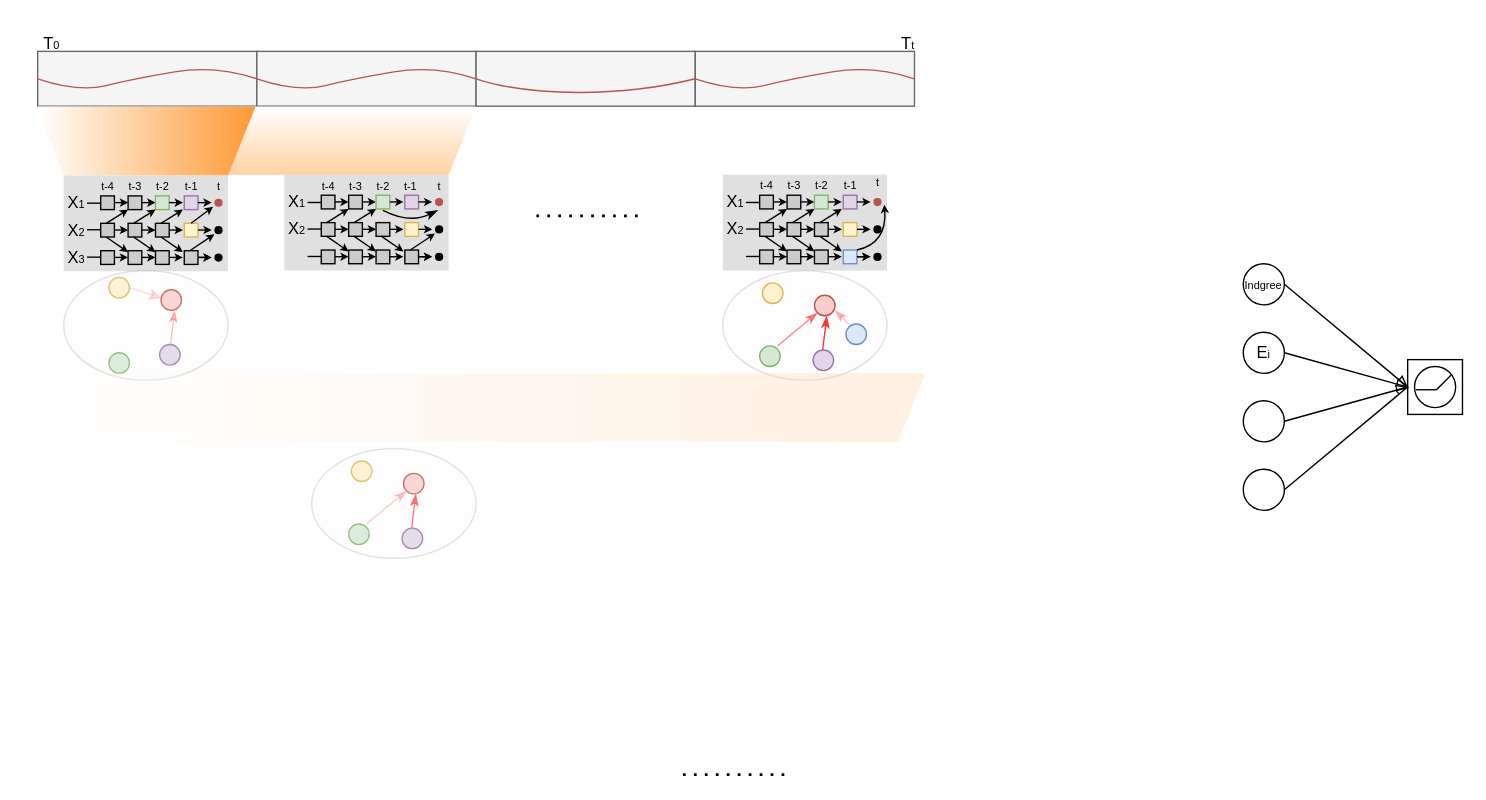
Earlier version of the draw.io diagram Causal.drawio (hzb29/hzb29). Source tidied: cells renumbered, new cells numbered last; positions are measured from the earlier drawing's top-left corner, leaving out a move shared by most shapes. Both pictures are drawn from the tidied source at 137%, with x=0, y=0 at pixel (23, 23).
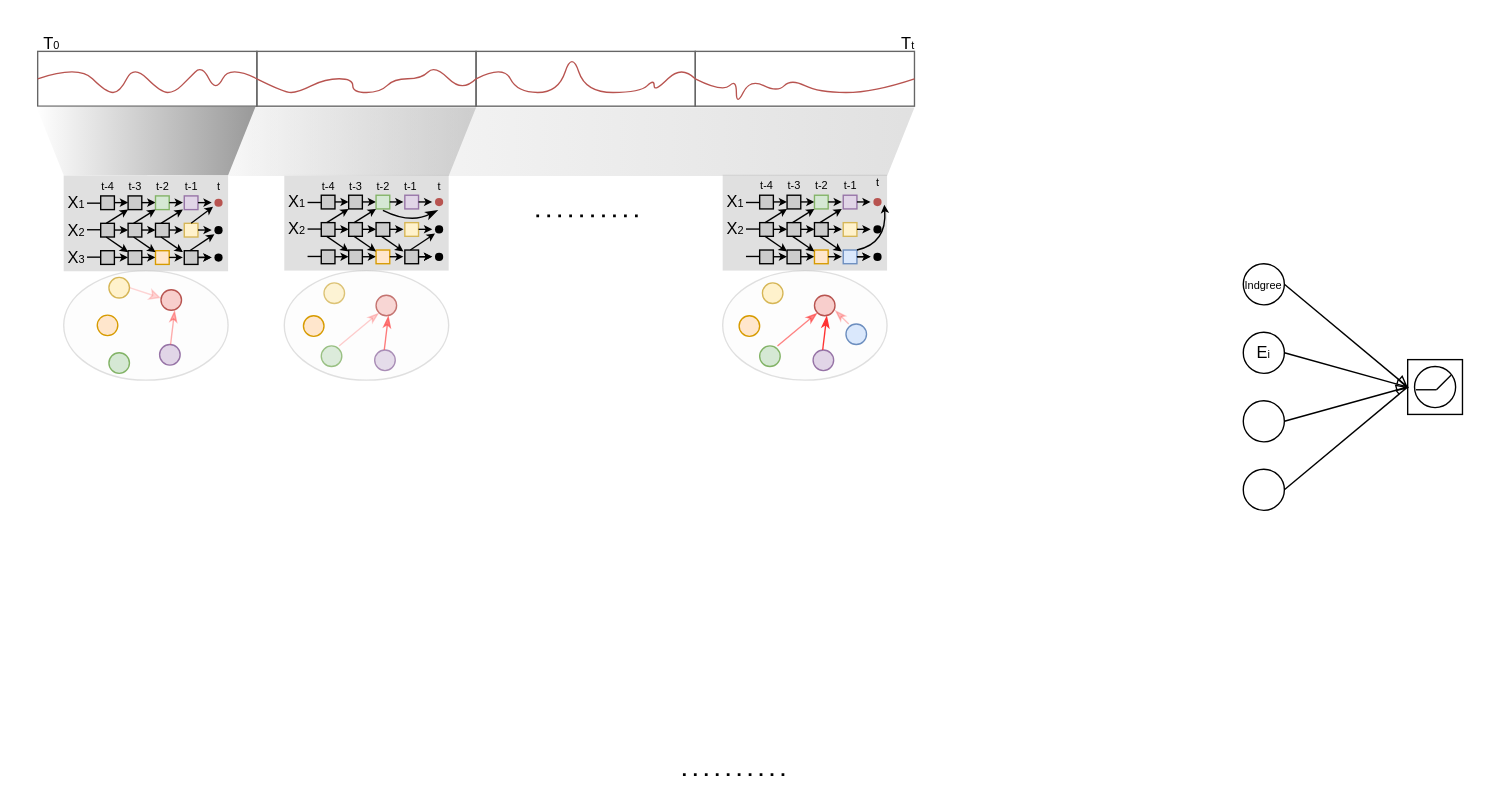
The same diagram, later.

Unchanged cells that the change refers to:
```xml
<mxCell id="182" style="group;" parent="1" vertex="1">
  <mxGeometry x="510" y="180" width="120" height="80" as="geometry" />
</mxCell>
```

The edit, as a diff of the source:
```diff
@@
+    <mxCell id="173" style="ellipse;whiteSpace=wrap;html=1;fillColor=#f5f5f5;fontColor=#333333;strokeColor=#666666;opacity=20;" parent="1" vertex="1">
+      <mxGeometry x="29" y="180" width="120" height="80" as="geometry" />
+    </mxCell>
-    <mxCell id="2" style="rounded=0;whiteSpace=wrap;html=1;fillColor=#f5f5f5;fontColor=#333333;strokeColor=#666666;" parent="1" vertex="1">
+    <mxCell id="2" style="rounded=0;whiteSpace=wrap;html=1;fillColor=none;fontColor=#333333;strokeColor=#666666;" parent="1" vertex="1">
       <mxGeometry x="10" y="20" width="160" height="40" as="geometry" />
     </mxCell>
-    <mxCell id="3" style="rounded=0;whiteSpace=wrap;html=1;fillColor=#f5f5f5;fontColor=#333333;strokeColor=#666666;" parent="1" vertex="1">
+    <mxCell id="3" style="rounded=0;whiteSpace=wrap;html=1;fillColor=none;fontColor=#333333;strokeColor=#666666;" parent="1" vertex="1">
       <mxGeometry x="170" y="20" width="160" height="40" as="geometry" />
     </mxCell>
-    <mxCell id="4" style="rounded=0;whiteSpace=wrap;html=1;fillColor=#f5f5f5;fontColor=#333333;strokeColor=#666666;" parent="1" vertex="1">
+    <mxCell id="4" style="rounded=0;whiteSpace=wrap;html=1;fillColor=none;fontColor=#333333;strokeColor=#666666;" parent="1" vertex="1">
       <mxGeometry x="330" y="20" width="160" height="40" as="geometry" />
     </mxCell>
-    <mxCell id="5" style="rounded=0;whiteSpace=wrap;html=1;fillColor=#f5f5f5;fontColor=#333333;strokeColor=#666666;" parent="1" vertex="1">
+    <mxCell id="5" style="rounded=0;whiteSpace=wrap;html=1;fillColor=none;fontColor=#333333;strokeColor=#666666;" parent="1" vertex="1">
       <mxGeometry x="490" y="20" width="160" height="40" as="geometry" />
     </mxCell>
     <mxCell id="6" style="curved=1;endArrow=none;html=1;rounded=0;startFill=0;entryX=0;entryY=0.5;entryDx=0;entryDy=0;fillColor=#f8cecc;strokeColor=#b85450;" parent="1" edge="1" target="3">
       <mxGeometry relative="1" as="geometry">
         <mxPoint x="10" y="40" as="sourcePoint" />
         <Array as="points">
-          <mxPoint x="40" y="50" />
-          <mxPoint x="80" y="40" />
-          <mxPoint x="140" y="30" />
+          <mxPoint x="40" y="30" />
+          <mxPoint x="60" y="50" />
+          <mxPoint x="70" y="50" />
+          <mxPoint x="80" y="30" />
+          <mxPoint x="100" y="50" />
+          <mxPoint x="110" y="50" />
+          <mxPoint x="120" y="40" />
+          <mxPoint x="130" y="30" />
+          <mxPoint x="140" y="50" />
+          <mxPoint x="150" y="30" />
         </Array>
       </mxGeometry>
     </mxCell>
     <mxCell id="7" style="curved=1;endArrow=none;html=1;rounded=0;startFill=0;entryX=0;entryY=0.5;entryDx=0;entryDy=0;fillColor=#f8cecc;strokeColor=#b85450;" parent="1" edge="1">
       <mxGeometry relative="1" as="geometry">
         <mxPoint x="170" y="40" as="sourcePoint" />
         <mxPoint x="330" y="40" as="targetPoint" />
         <Array as="points">
+          <mxPoint x="190" y="50" />
           <mxPoint x="200" y="50" />
+          <mxPoint x="220" y="40" />
           <mxPoint x="240" y="40" />
+          <mxPoint x="240" y="50" />
+          <mxPoint x="260" y="50" />
+          <mxPoint x="270" y="40" />
+          <mxPoint x="290" y="40" />
           <mxPoint x="300" y="30" />
+          <mxPoint x="320" y="50" />
         </Array>
       </mxGeometry>
     </mxCell>
     <mxCell id="8" style="curved=1;endArrow=none;html=1;rounded=0;startFill=0;entryX=0;entryY=0.5;entryDx=0;entryDy=0;fillColor=#f8cecc;strokeColor=#b85450;" parent="1" edge="1">
       <mxGeometry relative="1" as="geometry">
         <mxPoint x="330" y="40" as="sourcePoint" />
         <mxPoint x="490" y="40" as="targetPoint" />
         <Array as="points">
+          <mxPoint x="350" y="30" />
           <mxPoint x="360" y="50" />
+          <mxPoint x="390" y="50" />
+          <mxPoint x="400" y="20" />
+          <mxPoint x="410" y="50" />
           <mxPoint x="450" y="50" />
+          <mxPoint x="460" y="40" />
+          <mxPoint x="460" y="50" />
+          <mxPoint x="480" y="30" />
         </Array>
       </mxGeometry>
     </mxCell>
     <mxCell id="9" style="curved=1;endArrow=none;html=1;rounded=0;startFill=0;entryX=0;entryY=0.5;entryDx=0;entryDy=0;fillColor=#f8cecc;strokeColor=#b85450;" parent="1" edge="1">
       <mxGeometry relative="1" as="geometry">
         <mxPoint x="490" y="40" as="sourcePoint" />
         <mxPoint x="650" y="40" as="targetPoint" />
         <Array as="points">
-          <mxPoint x="520" y="50" />
+          <mxPoint x="510" y="50" />
+          <mxPoint x="520" y="40" />
+          <mxPoint x="520" y="60" />
+          <mxPoint x="530" y="40" />
+          <mxPoint x="550" y="50" />
           <mxPoint x="560" y="40" />
-          <mxPoint x="620" y="30" />
+          <mxPoint x="580" y="50" />
+          <mxPoint x="620" y="50" />
         </Array>
       </mxGeometry>
     </mxCell>
@@
-    <mxCell id="37" style="rounded=0;whiteSpace=wrap;html=1;fillColor=#CCCCCC;" parent="1" vertex="1">
+    <mxCell id="37" style="rounded=0;whiteSpace=wrap;html=1;fillColor=#ffe6cc;strokeColor=#d79b00;" parent="1" vertex="1">
       <mxGeometry x="96" y="165.5" width="10" height="10" as="geometry" />
     </mxCell>
@@
-    <mxCell id="96" style="rounded=0;whiteSpace=wrap;html=1;fillColor=#CCCCCC;" parent="1" vertex="1">
+    <mxCell id="96" style="rounded=0;whiteSpace=wrap;html=1;fillColor=#ffe6cc;strokeColor=#d79b00;" parent="1" vertex="1">
       <mxGeometry x="257" y="165" width="10" height="10" as="geometry" />
     </mxCell>
@@
-    <mxCell id="141" style="rounded=0;whiteSpace=wrap;html=1;fillColor=#CCCCCC;" parent="1" vertex="1">
+    <mxCell id="141" style="rounded=0;whiteSpace=wrap;html=1;fillColor=#ffe6cc;strokeColor=#d79b00;" parent="1" vertex="1">
       <mxGeometry x="577" y="165" width="10" height="10" as="geometry" />
     </mxCell>
@@
-    <mxCell id="166" style="group;" parent="1" vertex="1">
-      <mxGeometry x="29" y="180" width="120" height="80" as="geometry" />
-    </mxCell>
-    <mxCell id="167" style="ellipse;whiteSpace=wrap;html=1;fillColor=#fff2cc;strokeColor=#d6b656;" parent="166" vertex="1">
-      <mxGeometry x="33" y="5" width="15" height="15" as="geometry" />
-    </mxCell>
-    <mxCell id="168" style="ellipse;whiteSpace=wrap;html=1;fillColor=#d5e8d4;strokeColor=#82b366;" parent="166" vertex="1">
-      <mxGeometry x="33" y="60" width="15" height="15" as="geometry" />
-    </mxCell>
-    <mxCell id="169" style="ellipse;whiteSpace=wrap;html=1;fillColor=#f8cecc;strokeColor=#b85450;" parent="166" vertex="1">
-      <mxGeometry x="71" y="14" width="15" height="15" as="geometry" />
-    </mxCell>
-    <mxCell id="170" style="ellipse;whiteSpace=wrap;html=1;fillColor=#e1d5e7;strokeColor=#9673a6;" parent="166" vertex="1">
-      <mxGeometry x="70" y="54" width="15" height="15" as="geometry" />
-    </mxCell>
-    <mxCell id="171" style="endArrow=classic;html=1;rounded=0;exitX=1;exitY=0.5;exitDx=0;exitDy=0;fillColor=#dae8fc;strokeColor=#FF3333;opacity=20;endFill=1;" parent="166" edge="1" source="167">
-      <mxGeometry relative="1" as="geometry">
-        <mxPoint x="71" y="20" as="targetPoint" />
-      </mxGeometry>
-    </mxCell>
-    <mxCell id="172" style="endArrow=classicThin;html=1;rounded=0;fillColor=#dae8fc;strokeColor=#FF3333;opacity=40;endFill=1;" parent="166" edge="1">
-      <mxGeometry relative="1" as="geometry">
-        <mxPoint x="78" y="54" as="sourcePoint" />
-        <mxPoint x="81" y="29" as="targetPoint" />
-      </mxGeometry>
-    </mxCell>
-    <mxCell id="173" style="ellipse;whiteSpace=wrap;html=1;fillColor=#f5f5f5;fontColor=#333333;strokeColor=#666666;opacity=20;" parent="166" vertex="1">
-      <mxGeometry width="120" height="80" as="geometry" />
-    </mxCell>
     <mxCell id="174" style="group;" parent="1" vertex="1">
-      <mxGeometry x="210" y="310" width="120" height="80" as="geometry" />
+      <mxGeometry x="190" y="180" width="120" height="80" as="geometry" />
     </mxCell>
@@
+    <mxCell id="195" style="ellipse;whiteSpace=wrap;html=1;fillColor=#ffe6cc;strokeColor=#d79b00;" parent="174" vertex="1">
+      <mxGeometry x="14" y="33" width="15" height="15" as="geometry" />
+    </mxCell>
@@
+    <mxCell id="196" style="ellipse;whiteSpace=wrap;html=1;fillColor=#ffe6cc;strokeColor=#d79b00;" parent="182" vertex="1">
+      <mxGeometry x="12" y="33" width="15" height="15" as="geometry" />
+    </mxCell>
-    <mxCell id="192" style="shape=trapezoid;perimeter=trapezoidPerimeter;whiteSpace=wrap;html=1;fixedSize=1;rotation=-180;size=20;gradientColor=#FFB366;strokeColor=none;gradientDirection=north;fixDash=0;comic=0;linecap=square;linejoin=arcs;rounded=0;opacity=60;" parent="1" vertex="1">
-      <mxGeometry x="10" y="60" width="320" height="50" as="geometry" />
+    <mxCell id="192" style="shape=trapezoid;perimeter=trapezoidPerimeter;whiteSpace=wrap;html=1;fixedSize=1;rotation=-180;size=20;gradientColor=#B3B3B3;strokeColor=none;gradientDirection=west;fixDash=0;comic=0;linecap=square;linejoin=arcs;rounded=0;opacity=80;" parent="1" vertex="1">
+      <mxGeometry x="130" y="61" width="200" height="50" as="geometry" />
     </mxCell>
-    <mxCell id="193" style="shape=trapezoid;perimeter=trapezoidPerimeter;whiteSpace=wrap;html=1;fixedSize=1;rotation=-180;size=20;gradientColor=#FFCC99;strokeColor=none;gradientDirection=west;fixDash=0;comic=0;linecap=square;linejoin=arcs;rounded=0;opacity=30;" parent="1" vertex="1">
-      <mxGeometry x="18" y="255" width="640" height="50" as="geometry" />
+    <mxCell id="193" style="shape=trapezoid;perimeter=trapezoidPerimeter;whiteSpace=wrap;html=1;fixedSize=1;rotation=-180;size=20;gradientColor=#B3B3B3;strokeColor=none;gradientDirection=west;fixDash=0;comic=0;linecap=square;linejoin=arcs;rounded=0;opacity=40;" parent="1" vertex="1">
+      <mxGeometry x="70" y="61" width="580" height="50" as="geometry" />
     </mxCell>
-    <mxCell id="194" style="shape=trapezoid;perimeter=trapezoidPerimeter;whiteSpace=wrap;html=1;fixedSize=1;rotation=-180;size=20;gradientColor=#FF9933;strokeColor=none;gradientDirection=west;fixDash=0;comic=0;linecap=square;linejoin=arcs;rounded=0;fillColor=#FFFFFF;" parent="1" vertex="1">
+    <mxCell id="194" style="shape=trapezoid;perimeter=trapezoidPerimeter;whiteSpace=wrap;html=1;fixedSize=1;rotation=-180;size=20;gradientColor=#999999;strokeColor=none;gradientDirection=west;fixDash=0;comic=0;linecap=square;linejoin=arcs;rounded=0;fillColor=#FFFFFF;" parent="1" vertex="1">
       <mxGeometry x="9" y="60.5" width="160" height="50" as="geometry" />
     </mxCell>
+    <mxCell id="167" style="ellipse;whiteSpace=wrap;html=1;fillColor=#fff2cc;strokeColor=#d6b656;" parent="1" vertex="1">
+      <mxGeometry x="62" y="185" width="15" height="15" as="geometry" />
+    </mxCell>
+    <mxCell id="168" style="ellipse;whiteSpace=wrap;html=1;fillColor=#d5e8d4;strokeColor=#82b366;" parent="1" vertex="1">
+      <mxGeometry x="62" y="240" width="15" height="15" as="geometry" />
+    </mxCell>
+    <mxCell id="169" style="ellipse;whiteSpace=wrap;html=1;fillColor=#f8cecc;strokeColor=#b85450;" parent="1" vertex="1">
+      <mxGeometry x="100" y="194" width="15" height="15" as="geometry" />
+    </mxCell>
+    <mxCell id="170" style="ellipse;whiteSpace=wrap;html=1;fillColor=#e1d5e7;strokeColor=#9673a6;" parent="1" vertex="1">
+      <mxGeometry x="99" y="234" width="15" height="15" as="geometry" />
+    </mxCell>
+    <mxCell id="171" style="endArrow=classic;html=1;rounded=0;exitX=1;exitY=0.5;exitDx=0;exitDy=0;fillColor=#dae8fc;strokeColor=#FF3333;opacity=20;endFill=1;" parent="1" edge="1" source="167">
+      <mxGeometry relative="1" as="geometry">
+        <mxPoint x="100" y="200" as="targetPoint" />
+      </mxGeometry>
+    </mxCell>
+    <mxCell id="172" style="endArrow=classicThin;html=1;rounded=0;fillColor=#dae8fc;strokeColor=#FF3333;opacity=40;endFill=1;" parent="1" edge="1">
+      <mxGeometry relative="1" as="geometry">
+        <mxPoint x="107" y="234" as="sourcePoint" />
+        <mxPoint x="110" y="209" as="targetPoint" />
+      </mxGeometry>
+    </mxCell>
+    <mxCell id="197" style="ellipse;whiteSpace=wrap;html=1;fillColor=#ffe6cc;strokeColor=#d79b00;" parent="1" vertex="1">
+      <mxGeometry x="53.5" y="212.5" width="15" height="15" as="geometry" />
+    </mxCell>
```
